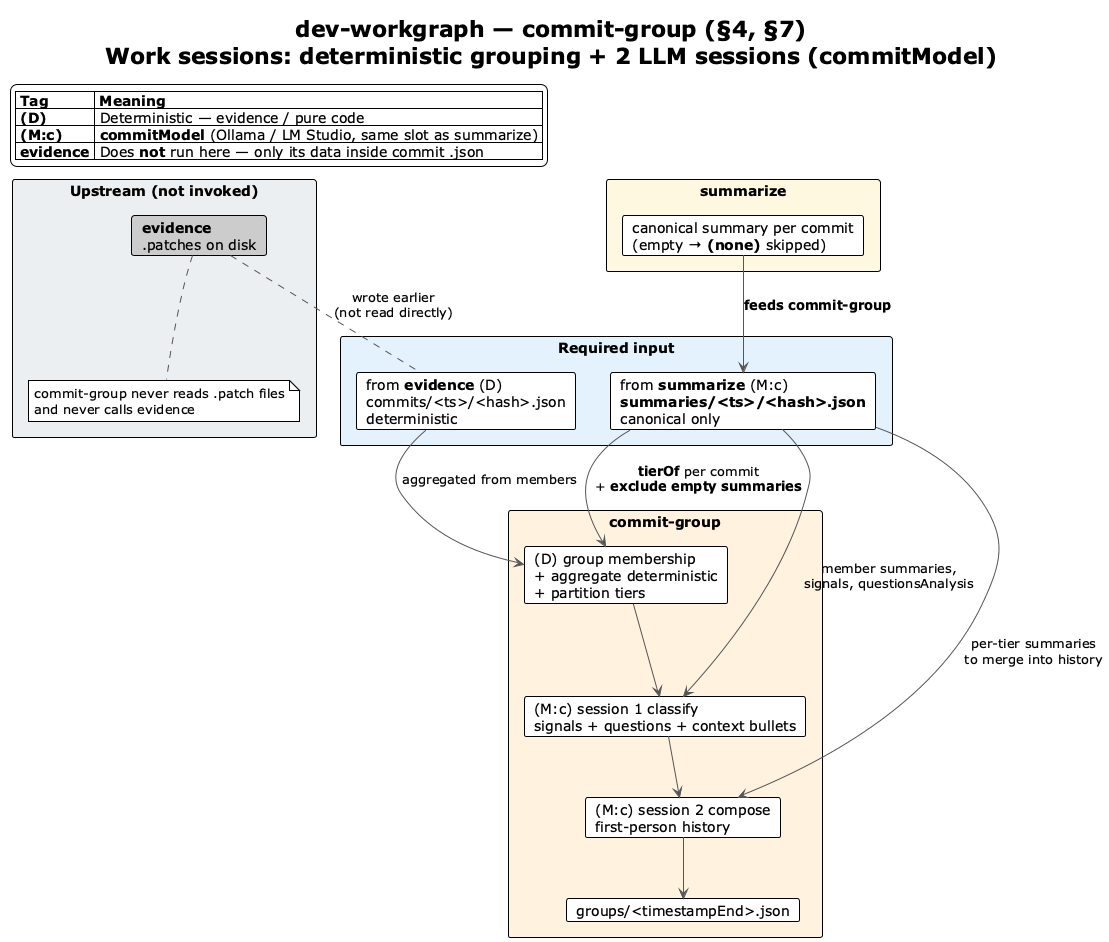
The PlantUML diagram img/commit-group-overview.png in vzakharchenko/dev-workgraph, before a commit.
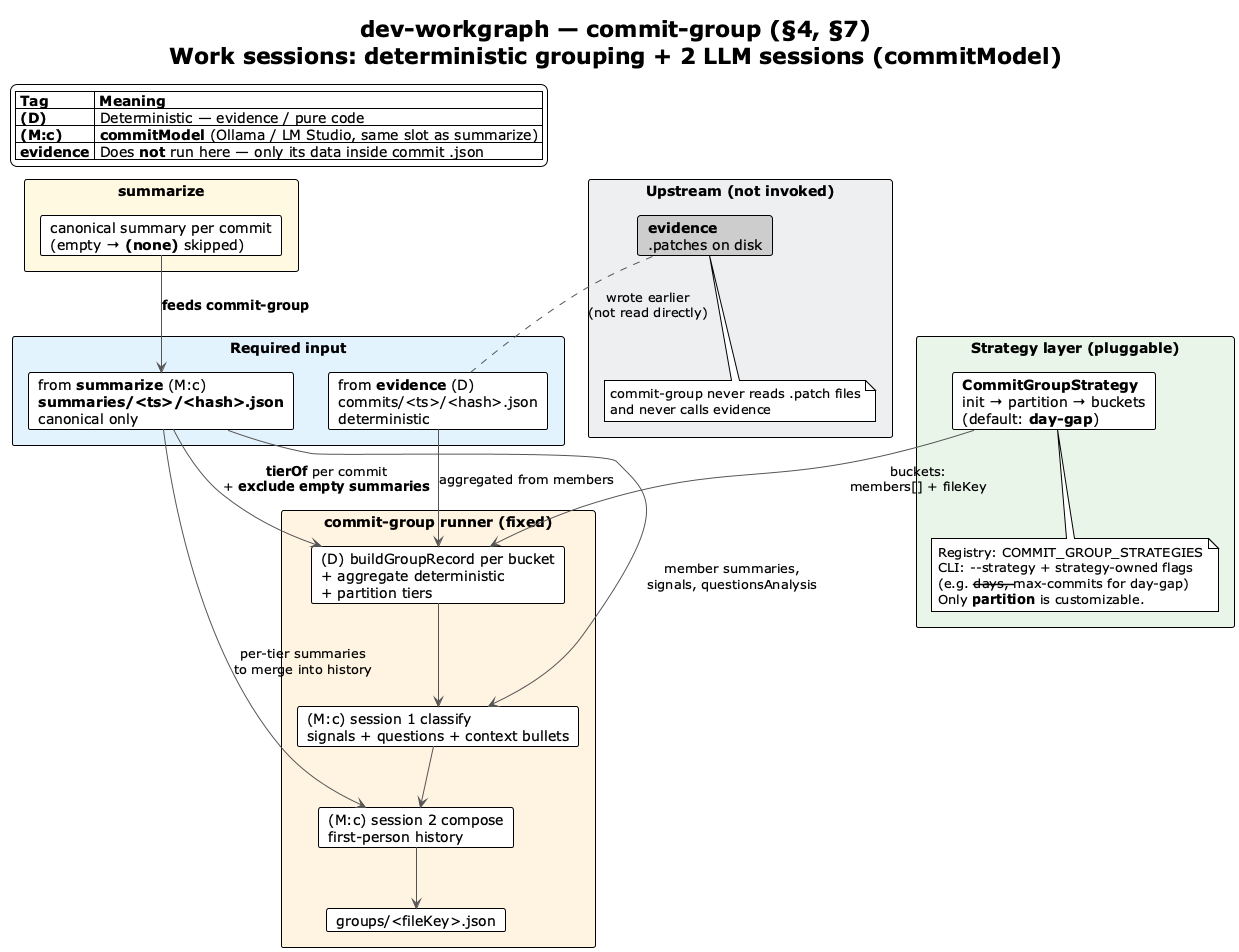
After the commit.

What changed in the source:
```diff
@@ -25,11 +25,21 @@
   card "from **summarize** (M:c)\n**summaries/<ts>/<hash>.json**\ncanonical only" as CM
 }
 
-rectangle "**commit-group**" #FFF3E0 {
-  card "(D) group membership\n+ aggregate deterministic\n+ partition tiers" as DSTEP
+rectangle "**Strategy layer (pluggable)**" #E8F5E9 {
+  card "**CommitGroupStrategy**\ninit → partition → buckets\n(default: **day-gap**)" as STRAT
+  note bottom of STRAT
+    Registry: COMMIT_GROUP_STRATEGIES
+    CLI: --strategy + strategy-owned flags
+    (e.g. --days, --max-commits for day-gap)
+    Only **partition** is customizable.
+  end note
+}
+
+rectangle "**commit-group runner (fixed)**" #FFF3E0 {
+  card "(D) buildGroupRecord per bucket\n+ aggregate deterministic\n+ partition tiers" as DSTEP
   card "(M:c) session 1 classify\nsignals + questions + context bullets" as C1
   card "(M:c) session 2 compose\nfirst-person history" as C2
-  card "groups/<timestampEnd>.json" as GOUT
+  card "groups/<fileKey>.json" as GOUT
 }
 
 rectangle "**summarize**" #FFF8E1 {
@@ -39,6 +49,7 @@
 SUM --> CM : **feeds commit-group**
 DET --> DSTEP : aggregated from members
 CM --> DSTEP : **tierOf** per commit\n+ **exclude empty summaries**
+STRAT --> DSTEP : buckets:\nmembers[] + fileKey
 CM --> C1 : member summaries,\nsignals, questionsAnalysis
 CM --> C2 : per-tier summaries\nto merge into history
 DSTEP --> C1
```
